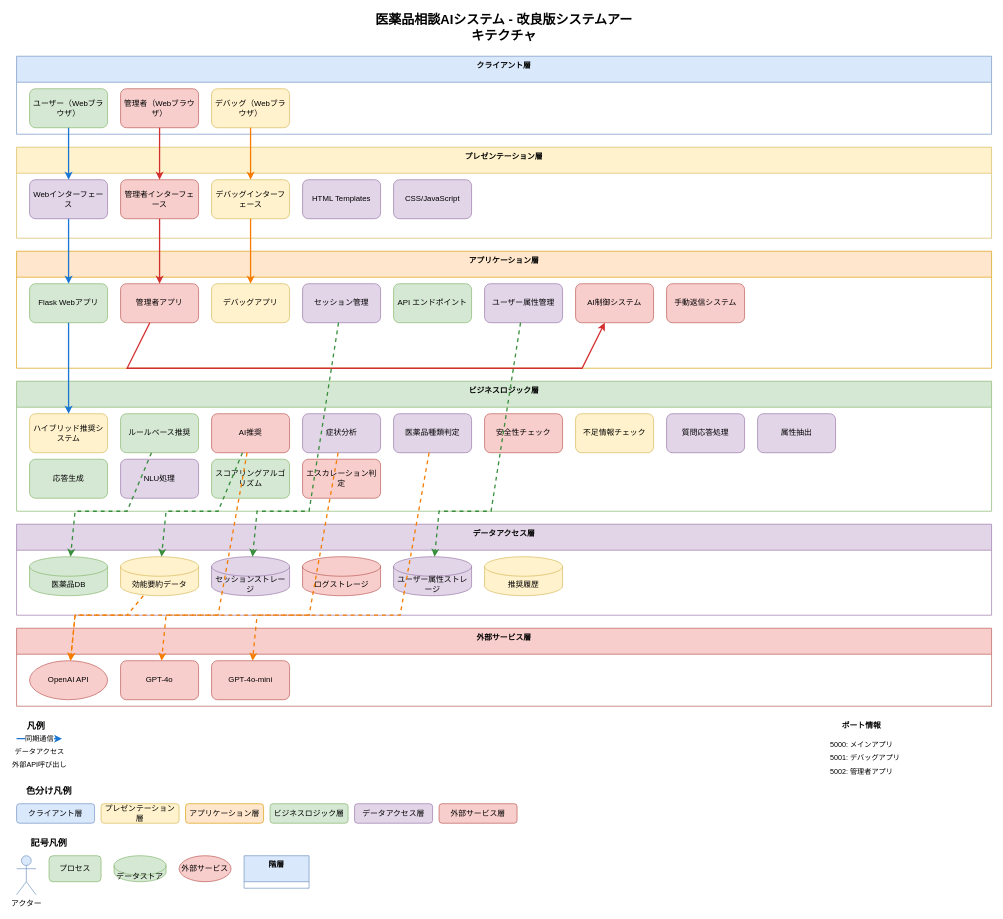
Above: docs/drowio/enhanced_system_architecture.drawio in 32Lwk/medicine-recommend-system (draw.io), before the change. Source tidied: cells renumbered, new cells numbered last; positions are measured from the earlier drawing's top-left corner, leaving out a move shared by most shapes. Both pictures are drawn from the tidied source at 65%, with x=0, y=0 at pixel (16, 17).
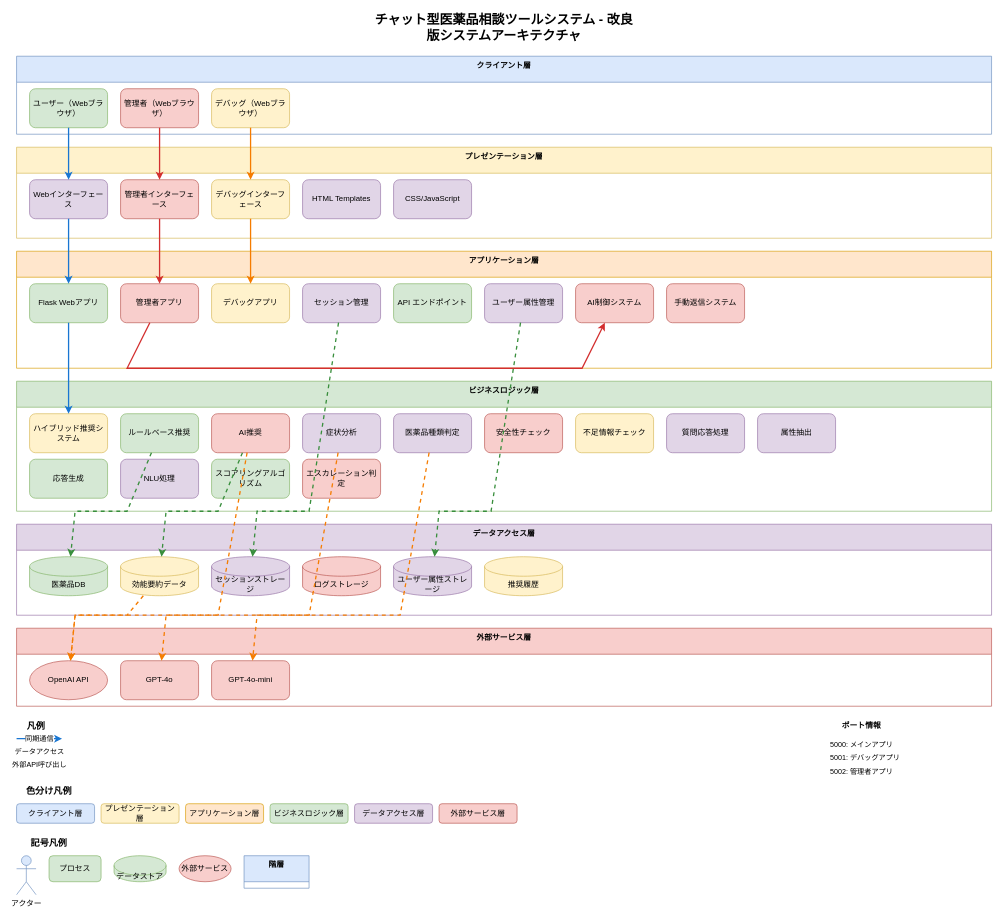
After the change.

The edit, as a diff of the source:
```diff
@@
-    <mxCell id="2" value="医薬品相談AIシステム - 改良版システムアーキテクチャ" style="text;html=1;strokeColor=none;fillColor=none;align=center;verticalAlign=middle;whiteSpace=wrap;rounded=0;fontSize=20;fontStyle=1;" parent="1" vertex="1">
+    <mxCell id="2" value="チャット型医薬品相談ツールシステム - 改良版システムアーキテクチャ" style="text;html=1;strokeColor=none;fillColor=none;align=center;verticalAlign=middle;whiteSpace=wrap;rounded=0;fontSize=20;fontStyle=1;" parent="1" vertex="1">
       <mxGeometry x="550" width="400" height="30" as="geometry" />
     </mxCell>
```
